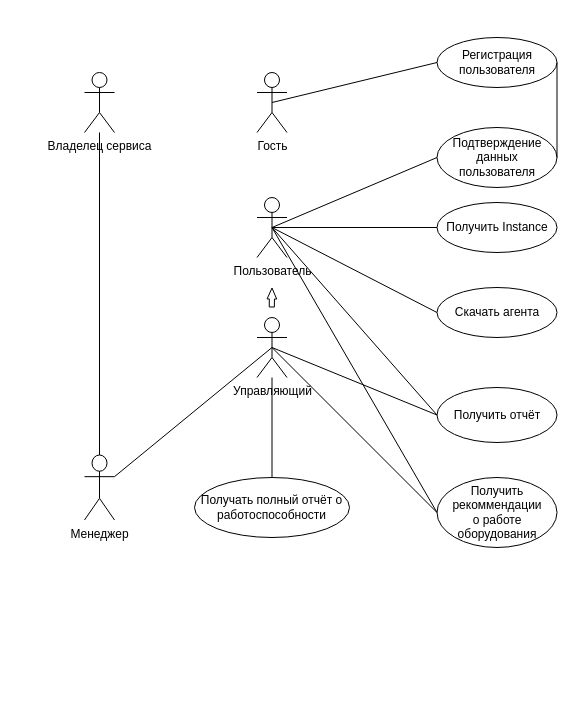
Earlier version of the draw.io diagram СТАРИС/schme.drawio (ARTSXXX/STUDY). Source tidied: cells renumbered, new cells numbered last; positions are measured from the earlier drawing's top-left corner, leaving out a move shared by most shapes. Both pictures are drawn from the tidied source at 100%, with x=0, y=0 at pixel (84, 37).
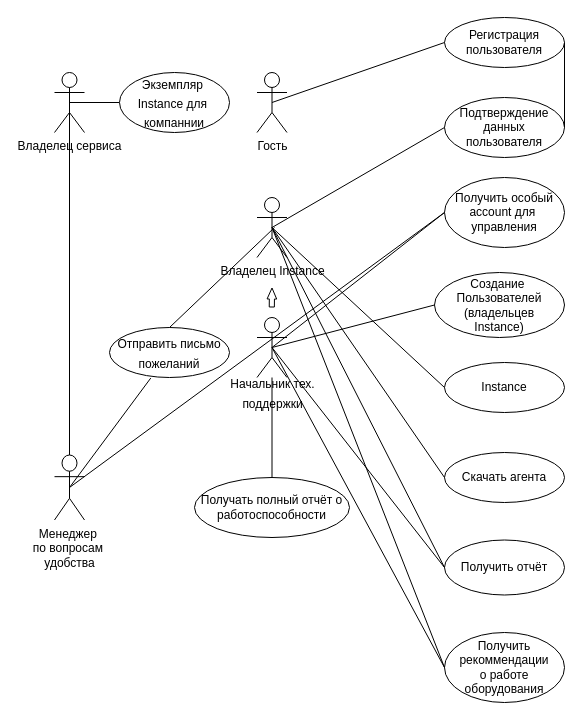
The same diagram, later.

What changed in the source:
```diff
@@
     <mxCell id="3" value="Регистрация пользователя" style="ellipse;whiteSpace=wrap;html=1;" parent="1" vertex="1">
-      <mxGeometry x="352.5" width="120" height="50" as="geometry" />
+      <mxGeometry x="360" y="-20" width="120" height="50" as="geometry" />
     </mxCell>
     <mxCell id="4" value="Подтверждение данных пользователя" style="ellipse;whiteSpace=wrap;html=1;" parent="1" vertex="1">
-      <mxGeometry x="352.5" y="90" width="120" height="60" as="geometry" />
+      <mxGeometry x="360" y="60" width="120" height="60" as="geometry" />
     </mxCell>
-    <mxCell id="5" value="Пользователь&lt;br&gt;" style="shape=umlActor;verticalLabelPosition=bottom;verticalAlign=top;html=1;outlineConnect=0;" parent="1" vertex="1">
+    <mxCell id="5" value="Владелец Instance" style="shape=umlActor;verticalLabelPosition=bottom;verticalAlign=top;html=1;outlineConnect=0;" parent="1" vertex="1">
       <mxGeometry x="172.5" y="160" width="30" height="60" as="geometry" />
     </mxCell>
-    <mxCell id="6" value="Получить Instance" style="ellipse;whiteSpace=wrap;html=1;" parent="1" vertex="1">
-      <mxGeometry x="352.5" y="165" width="120" height="50" as="geometry" />
-    </mxCell>
     <mxCell id="7" value="Скачать агента" style="ellipse;whiteSpace=wrap;html=1;" parent="1" vertex="1">
-      <mxGeometry x="352.5" y="250" width="120" height="50" as="geometry" />
+      <mxGeometry x="360" y="415" width="120" height="50" as="geometry" />
     </mxCell>
     <mxCell id="8" value="Получить отчёт" style="ellipse;whiteSpace=wrap;html=1;" parent="1" vertex="1">
-      <mxGeometry x="352.5" y="350" width="120" height="55" as="geometry" />
+      <mxGeometry x="360" y="502.5" width="120" height="55" as="geometry" />
     </mxCell>
     <mxCell id="9" value="Получить рекоммендации&lt;br&gt;о работе оборудования" style="ellipse;whiteSpace=wrap;html=1;" parent="1" vertex="1">
-      <mxGeometry x="352.5" y="440" width="120" height="70" as="geometry" />
+      <mxGeometry x="360" y="595" width="120" height="70" as="geometry" />
     </mxCell>
-    <mxCell id="10" value="Управляющий&lt;br&gt;&lt;br&gt;" style="shape=umlActor;verticalLabelPosition=bottom;verticalAlign=top;html=1;outlineConnect=0;" parent="1" vertex="1">
+    <mxCell id="10" value="&amp;nbsp;" style="shape=umlActor;verticalLabelPosition=bottom;verticalAlign=top;html=1;outlineConnect=0;" parent="1" vertex="1">
       <mxGeometry x="172.5" y="280" width="30" height="60" as="geometry" />
     </mxCell>
@@
-    <mxCell id="13" value="Менеджер" style="shape=umlActor;verticalLabelPosition=bottom;verticalAlign=top;html=1;outlineConnect=0;" parent="1" vertex="1">
-      <mxGeometry y="417.5" width="30" height="65" as="geometry" />
+    <mxCell id="13" value="Менеджер&amp;nbsp;&lt;br&gt;по вопросам&amp;nbsp;&lt;br&gt;удобства" style="shape=umlActor;verticalLabelPosition=bottom;verticalAlign=top;html=1;outlineConnect=0;" parent="1" vertex="1">
+      <mxGeometry x="-30" y="417.5" width="30" height="65" as="geometry" />
     </mxCell>
@@
-    <mxCell id="16" style="endArrow=none;html=1;rounded=0;entryX=0;entryY=0.5;entryDx=0;entryDy=0;exitX=0.5;exitY=0.5;exitDx=0;exitDy=0;exitPerimeter=0;" parent="1" edge="1" source="5" target="6">
-      <mxGeometry relative="1" as="geometry" />
-    </mxCell>
@@
     <mxCell id="24" value="Владелец сервиса" style="shape=umlActor;verticalLabelPosition=bottom;verticalAlign=top;html=1;outlineConnect=0;" parent="1" vertex="1">
-      <mxGeometry y="35" width="30" height="60" as="geometry" />
+      <mxGeometry x="-30" y="35" width="30" height="60" as="geometry" />
     </mxCell>
+    <mxCell id="27" value="&lt;span style=&quot;font-size: 12px;&quot;&gt;Отправить письмо пожеланий&lt;/span&gt;" style="ellipse;whiteSpace=wrap;html=1;fontSize=16;" parent="1" vertex="1">
+      <mxGeometry x="25" y="290" width="120" height="50" as="geometry" />
+    </mxCell>
+    <mxCell id="28" style="endArrow=none;html=1;rounded=0;exitX=0.5;exitY=0;exitDx=0;exitDy=0;" parent="1" edge="1" source="27">
+      <mxGeometry relative="1" as="geometry">
+        <mxPoint x="190" y="190" as="targetPoint" />
+      </mxGeometry>
+    </mxCell>
+    <mxCell id="29" style="endArrow=none;html=1;rounded=0;entryX=0.344;entryY=1.011;entryDx=0;entryDy=0;entryPerimeter=0;exitX=0.5;exitY=0.5;exitDx=0;exitDy=0;exitPerimeter=0;" parent="1" edge="1" source="13" target="27">
+      <mxGeometry relative="1" as="geometry" />
+    </mxCell>
-    <mxCell id="25" style="endArrow=none;html=1;rounded=0;exitX=0.5;exitY=0;exitDx=0;exitDy=0;exitPerimeter=0;" parent="1" edge="1" source="13" target="24">
+    <mxCell id="25" style="endArrow=none;html=1;rounded=0;exitX=0.5;exitY=0;exitDx=0;exitDy=0;exitPerimeter=0;entryX=0.5;entryY=0.5;entryDx=0;entryDy=0;entryPerimeter=0;" parent="1" edge="1" source="13" target="24">
       <mxGeometry relative="1" as="geometry" />
     </mxCell>
-    <mxCell id="26" style="endArrow=none;html=1;rounded=0;exitX=1;exitY=0.3333333333333333;exitDx=0;exitDy=0;exitPerimeter=0;entryX=0.5;entryY=0.5;entryDx=0;entryDy=0;entryPerimeter=0;" parent="1" edge="1" source="13" target="10">
-      <mxGeometry relative="1" as="geometry" />
-    </mxCell>
+    <mxCell id="30" value="&lt;span style=&quot;font-size: 12px;&quot;&gt;Начальник тех.&lt;br&gt;поддержки&lt;br&gt;&lt;/span&gt;" style="text;html=1;align=center;verticalAlign=middle;strokeColor=none;fillColor=none;fontSize=16;" parent="1" vertex="1">
+      <mxGeometry x="132.5" y="330" width="110" height="50" as="geometry" />
+    </mxCell>
+    <mxCell id="31" style="endArrow=none;html=1;rounded=0;exitX=0.5;exitY=0.5;exitDx=0;exitDy=0;exitPerimeter=0;" parent="1" edge="1" source="24" target="34">
+      <mxGeometry relative="1" as="geometry" />
+    </mxCell>
+    <mxCell id="32" style="endArrow=none;html=1;rounded=0;exitX=0.5;exitY=0.5;exitDx=0;exitDy=0;exitPerimeter=0;entryX=0;entryY=0.5;entryDx=0;entryDy=0;" parent="1" edge="1" source="10" target="33">
+      <mxGeometry relative="1" as="geometry" />
+    </mxCell>
+    <mxCell id="33" value="Создание&amp;nbsp;&lt;br&gt;Пользователей&lt;br&gt;(владельцев&lt;br&gt;Instance)" style="ellipse;whiteSpace=wrap;html=1;" parent="1" vertex="1">
+      <mxGeometry x="350" y="235" width="130" height="65" as="geometry" />
+    </mxCell>
+    <mxCell id="34" value="&lt;span style=&quot;font-size: 12px;&quot;&gt;Экземпляр&amp;nbsp;&lt;br&gt;Instance для&amp;nbsp;&lt;br&gt;компаннии&lt;br&gt;&lt;/span&gt;" style="ellipse;whiteSpace=wrap;html=1;fontSize=16;" parent="1" vertex="1">
+      <mxGeometry x="35" y="35" width="110" height="60" as="geometry" />
+    </mxCell>
+    <mxCell id="35" value="Получить особый&lt;br&gt;account для&amp;nbsp;&lt;br&gt;управления" style="ellipse;whiteSpace=wrap;html=1;" parent="1" vertex="1">
+      <mxGeometry x="360" y="140" width="120" height="70" as="geometry" />
+    </mxCell>
+    <mxCell id="36" style="endArrow=none;html=1;rounded=0;entryX=0;entryY=0.5;entryDx=0;entryDy=0;exitX=0.5;exitY=0.5;exitDx=0;exitDy=0;exitPerimeter=0;" parent="1" edge="1" source="10" target="35">
+      <mxGeometry relative="1" as="geometry" />
+    </mxCell>
+    <mxCell id="37" style="endArrow=none;html=1;rounded=0;entryX=0;entryY=0.5;entryDx=0;entryDy=0;exitX=0.5;exitY=0.5;exitDx=0;exitDy=0;exitPerimeter=0;" parent="1" edge="1" source="13" target="35">
+      <mxGeometry relative="1" as="geometry" />
+    </mxCell>
+    <mxCell id="38" value="Instance" style="ellipse;whiteSpace=wrap;html=1;" parent="1" vertex="1">
+      <mxGeometry x="360" y="325" width="120" height="50" as="geometry" />
+    </mxCell>
+    <mxCell id="39" style="endArrow=none;html=1;rounded=0;entryX=0;entryY=0.5;entryDx=0;entryDy=0;exitX=0.5;exitY=0.5;exitDx=0;exitDy=0;exitPerimeter=0;" parent="1" edge="1" source="5" target="38">
+      <mxGeometry relative="1" as="geometry" />
+    </mxCell>
```
